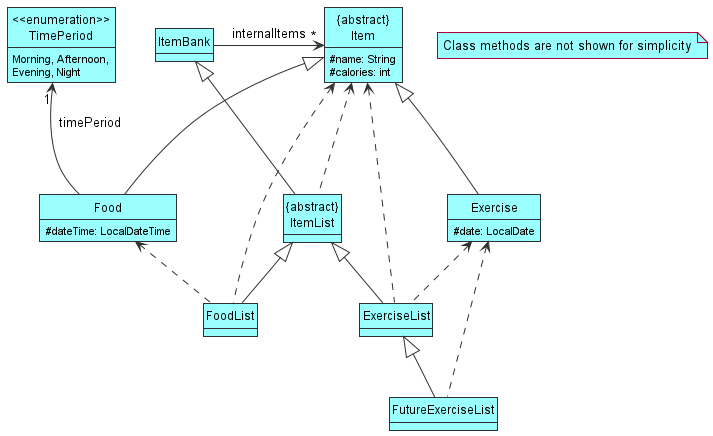
tryyang2001/tp keeps this PlantUML diagram as docs/images/ItemBankAndItemClassDiagram.png. Above is the earlier version. Its diagram source:
```plantuml
@startuml
!include Style.puml
hide circle
hide methods

class ItemBank DATA_COLOUR
class "{abstract}\nItemList" as ItemList DATA_COLOUR
class FoodList DATA_COLOUR
class ExerciseList DATA_COLOUR
class FutureExerciseList DATA_COLOUR

ItemBank <|-down- ItemList
ItemList <|-down- FoodList
ItemList <|-down- ExerciseList
ExerciseList <|-down- FutureExerciseList

class "{abstract}\nItem" as Item DATA_COLOUR{
#name: String
#calories: int
}

class Food DATA_COLOUR {
#dateTime: LocalDateTime
}

class Exercise DATA_COLOUR {
#date: LocalDate
}

enum "<<enumeration>>\nTimePeriod" as TimePeriod DATA_COLOUR {
Morning, Afternoon,
Evening, Night
}

Item <|-down- Food
Item <|-down- Exercise
Item "*" <-left- ItemBank: internalItems
TimePeriod "1" <-- Food : timePeriod\n\n
Item <.. ItemList
Item <.. FoodList
Item <.. ExerciseList
Food <.. FoodList
Exercise <.. ExerciseList
Exercise <.. FutureExerciseList
note "Class methods are not shown for simplicity" as N1 DATA_COLOUR
@enduml
```
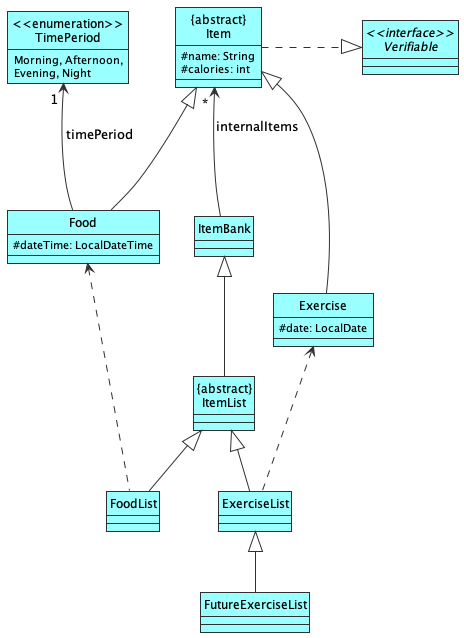
After the change.

The edit, as a diff of the source:
```diff
@@ -1,18 +1,18 @@
 @startuml
 !include Style.puml
 hide circle
-hide methods
+skinparam classAttributeIconSize 0
 
 class ItemBank DATA_COLOUR
 class "{abstract}\nItemList" as ItemList DATA_COLOUR
 class FoodList DATA_COLOUR
 class ExerciseList DATA_COLOUR
+
 class FutureExerciseList DATA_COLOUR
+interface "<<interface>>\nVerifiable" As Verifiable DATA_COLOUR {
 
-ItemBank <|-down- ItemList
-ItemList <|-down- FoodList
-ItemList <|-down- ExerciseList
-ExerciseList <|-down- FutureExerciseList
+}
+
 
 class "{abstract}\nItem" as Item DATA_COLOUR{
 #name: String
@@ -32,15 +32,21 @@
 Evening, Night
 }
 
+hide TimePeriod method
+
+
+ItemBank <|-- ItemList
+ItemList <|-- FoodList
+ItemList <|-- ExerciseList
+ExerciseList <|-- FutureExerciseList
+
+Verifiable <|.left. Item : "\t\t"
 Item <|-down- Food
-Item <|-down- Exercise
-Item "*" <-left- ItemBank: internalItems
-TimePeriod "1" <-- Food : timePeriod\n\n
-Item <.. ItemList
-Item <.. FoodList
-Item <.. ExerciseList
+Item <|-- Exercise
+Item "                  *" <-- ItemBank: "internalItems\n\n\n"
+TimePeriod "1 " <-- Food : "timePeriod\n\n"
+
 Food <.. FoodList
 Exercise <.. ExerciseList
-Exercise <.. FutureExerciseList
-note "Class methods are not shown for simplicity" as N1 DATA_COLOUR
+
 @enduml
```
